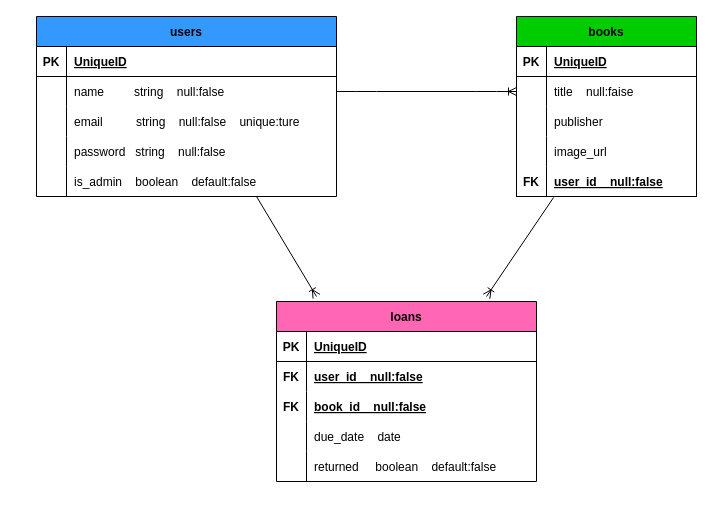
The draw.io diagram app/bookhub.dio in miopanda/book_hub, before the edit. Source tidied: cells renumbered, new cells numbered last; positions are measured from the earlier drawing's top-left corner, leaving out a move shared by most shapes. Both pictures are drawn from the tidied source at 100%, with x=0, y=0 at pixel (36, 16).
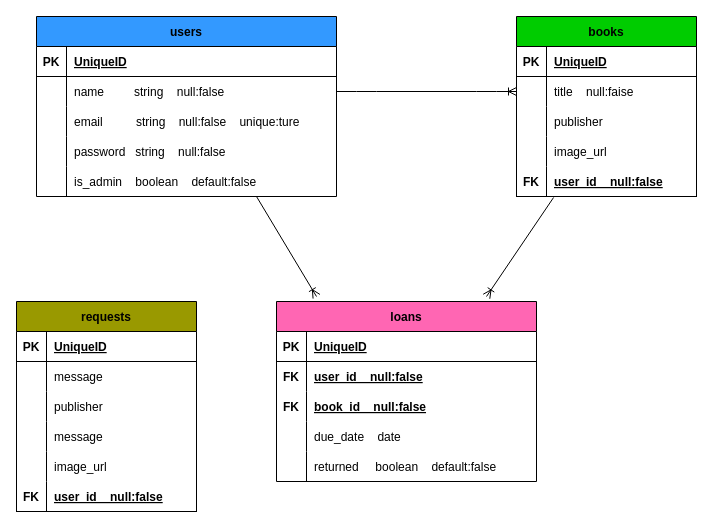
After the change.

Change to the diagram source:
```diff
@@
+    <mxCell id="53" value="requests" style="shape=table;startSize=30;childLayout=tableLayout;rowLines=0;fontStyle=1;align=center;fillColor=#999900;" parent="1" vertex="1">
+      <mxGeometry x="-20" y="285" width="180" height="210" as="geometry" />
+    </mxCell>
+    <mxCell id="54" style="shape=tableRow;horizontal=0;startSize=0;swimlaneHead=0;swimlaneBody=0;fillColor=none;top=0;left=0;right=0;bottom=1;" parent="53" vertex="1">
+      <mxGeometry y="30" width="180" height="30" as="geometry" />
+    </mxCell>
+    <mxCell id="55" value="PK" style="shape=partialRectangle;fillColor=none;top=0;left=0;bottom=0;right=0;fontStyle=1;overflow=hidden;" parent="54" vertex="1">
+      <mxGeometry width="30" height="30" as="geometry" />
+    </mxCell>
+    <mxCell id="56" value="UniqueID" style="shape=partialRectangle;fillColor=none;top=0;left=0;bottom=0;right=0;align=left;spacingLeft=6;fontStyle=5;overflow=hidden;" parent="54" vertex="1">
+      <mxGeometry x="30" width="150" height="30" as="geometry" />
+    </mxCell>
+    <mxCell id="57" style="shape=tableRow;horizontal=0;startSize=0;swimlaneHead=0;swimlaneBody=0;fillColor=none;top=0;left=0;right=0;bottom=0;" parent="53" vertex="1">
+      <mxGeometry y="60" width="180" height="30" as="geometry" />
+    </mxCell>
+    <mxCell id="58" style="shape=partialRectangle;fillColor=none;top=0;left=0;bottom=0;right=0;overflow=hidden;" parent="57" vertex="1">
+      <mxGeometry width="30" height="30" as="geometry" />
+    </mxCell>
+    <mxCell id="59" value="message" style="shape=partialRectangle;fillColor=none;top=0;left=0;bottom=0;right=0;align=left;spacingLeft=6;overflow=hidden;" parent="57" vertex="1">
+      <mxGeometry x="30" width="150" height="30" as="geometry" />
+    </mxCell>
+    <mxCell id="60" style="shape=tableRow;horizontal=0;startSize=0;swimlaneHead=0;swimlaneBody=0;fillColor=none;top=0;left=0;right=0;bottom=0;" parent="53" vertex="1">
+      <mxGeometry y="90" width="180" height="30" as="geometry" />
+    </mxCell>
+    <mxCell id="61" style="shape=partialRectangle;fillColor=none;top=0;left=0;bottom=0;right=0;overflow=hidden;" parent="60" vertex="1">
+      <mxGeometry width="30" height="30" as="geometry" />
+    </mxCell>
+    <mxCell id="62" value="publisher" style="shape=partialRectangle;fillColor=none;top=0;left=0;bottom=0;right=0;align=left;spacingLeft=6;overflow=hidden;" parent="60" vertex="1">
+      <mxGeometry x="30" width="150" height="30" as="geometry" />
+    </mxCell>
+    <mxCell id="63" style="shape=tableRow;horizontal=0;startSize=0;swimlaneHead=0;swimlaneBody=0;fillColor=none;top=0;left=0;right=0;bottom=0;" parent="53" vertex="1">
+      <mxGeometry y="120" width="180" height="30" as="geometry" />
+    </mxCell>
+    <mxCell id="64" style="shape=partialRectangle;fillColor=none;top=0;left=0;bottom=0;right=0;overflow=hidden;" parent="63" vertex="1">
+      <mxGeometry width="30" height="30" as="geometry" />
+    </mxCell>
+    <mxCell id="65" value="message" style="shape=partialRectangle;fillColor=none;top=0;left=0;bottom=0;right=0;align=left;spacingLeft=6;overflow=hidden;" parent="63" vertex="1">
+      <mxGeometry x="30" width="150" height="30" as="geometry" />
+    </mxCell>
+    <mxCell id="66" style="shape=tableRow;horizontal=0;startSize=0;swimlaneHead=0;swimlaneBody=0;fillColor=none;top=0;left=0;right=0;bottom=0;" parent="53" vertex="1">
+      <mxGeometry y="150" width="180" height="30" as="geometry" />
+    </mxCell>
+    <mxCell id="67" style="shape=partialRectangle;fillColor=none;top=0;left=0;bottom=0;right=0;overflow=hidden;" parent="66" vertex="1">
+      <mxGeometry width="30" height="30" as="geometry" />
+    </mxCell>
+    <mxCell id="68" value="image_url" style="shape=partialRectangle;fillColor=none;top=0;left=0;bottom=0;right=0;align=left;spacingLeft=6;overflow=hidden;" parent="66" vertex="1">
+      <mxGeometry x="30" width="150" height="30" as="geometry" />
+    </mxCell>
+    <mxCell id="69" style="shape=tableRow;horizontal=0;startSize=0;swimlaneHead=0;swimlaneBody=0;fillColor=none;top=0;left=0;right=0;bottom=1;" parent="53" vertex="1">
+      <mxGeometry y="180" width="180" height="30" as="geometry" />
+    </mxCell>
+    <mxCell id="70" value="FK" style="shape=partialRectangle;fillColor=none;top=0;left=0;bottom=0;right=0;fontStyle=1;overflow=hidden;" parent="69" vertex="1">
+      <mxGeometry width="30" height="30" as="geometry" />
+    </mxCell>
+    <mxCell id="71" value="user_id    null:false" style="shape=partialRectangle;fillColor=none;top=0;left=0;bottom=0;right=0;align=left;spacingLeft=6;fontStyle=5;overflow=hidden;" parent="69" vertex="1">
+      <mxGeometry x="30" width="150" height="30" as="geometry" />
+    </mxCell>
```
